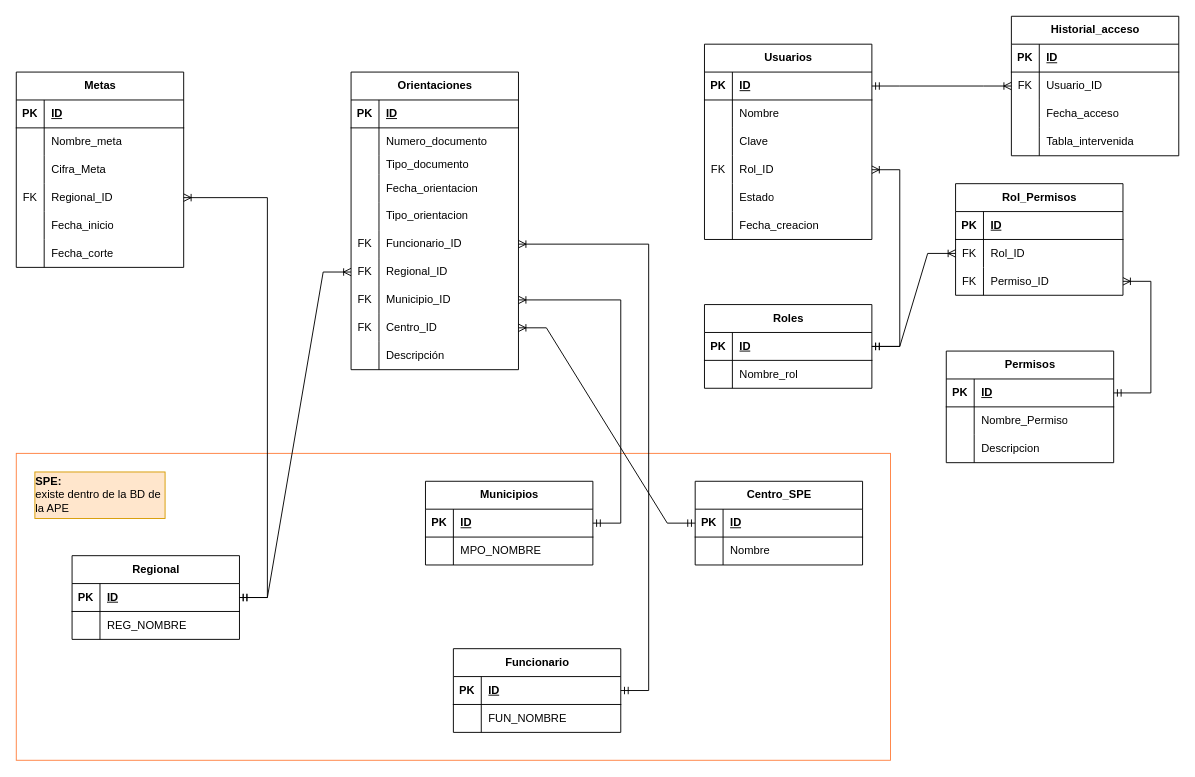
nrb3098/ProyectoVictimasAPE keeps this draw.io diagram as Diagrama sin título.drawio. Above is the earlier version. Source tidied: cells renumbered, new cells numbered last; positions are measured from the earlier drawing's top-left corner, leaving out a move shared by most shapes. Both pictures are drawn from the tidied source at 93%, with x=0, y=0 at pixel (16, 16).
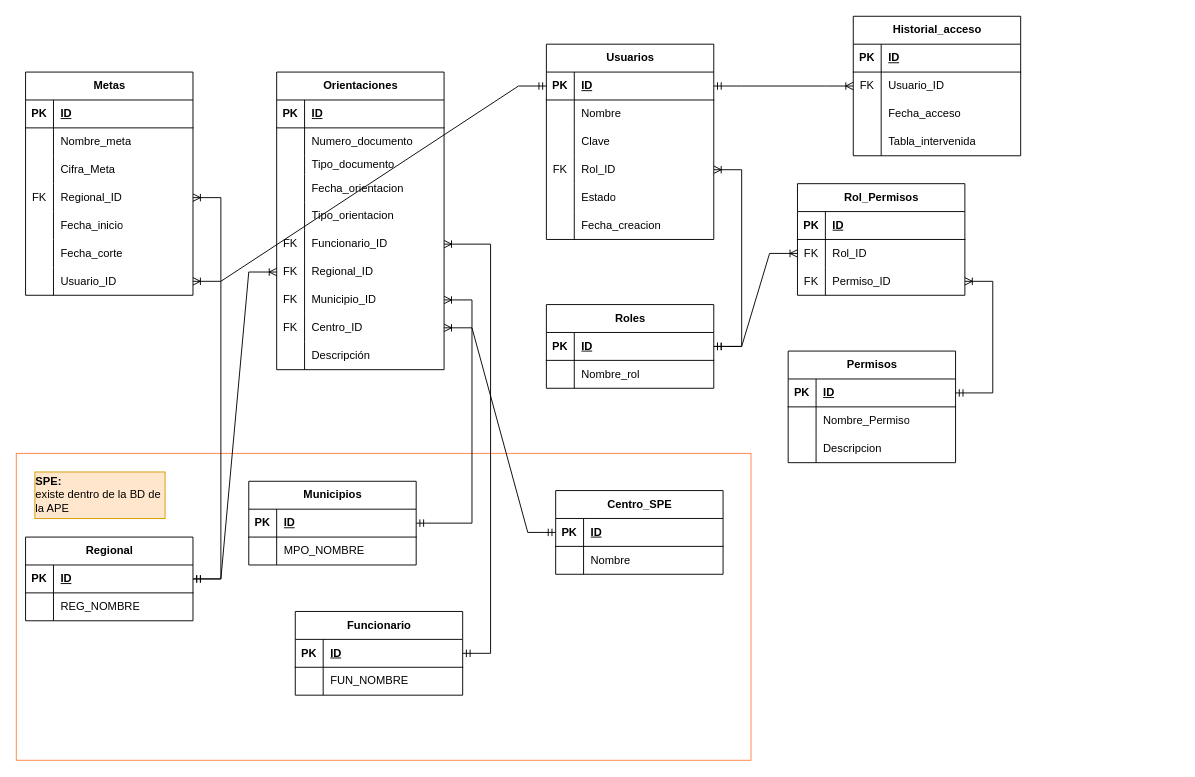
The same page after the edit.

The change refers to these unchanged cells:
```xml
<mxCell id="19" style="shape=tableRow;horizontal=0;startSize=0;swimlaneHead=0;swimlaneBody=0;fillColor=none;points=[[0,0.5],[1,0.5]];portConstraint=eastwest;top=0;left=0;right=0;bottom=0;" parent="3" vertex="1">
  <mxGeometry y="170" width="180" height="30" as="geometry" />
</mxCell>
<mxCell id="80" style="shape=tableRow;horizontal=0;startSize=0;swimlaneHead=0;swimlaneBody=0;fillColor=none;points=[[0,0.5],[1,0.5]];portConstraint=eastwest;top=0;left=0;right=0;bottom=1;" parent="79" vertex="1">
  <mxGeometry y="30" width="180" height="30" as="geometry" />
</mxCell>
<mxCell id="88" style="shape=tableRow;horizontal=0;startSize=0;swimlaneHead=0;swimlaneBody=0;fillColor=none;points=[[0,0.5],[1,0.5]];portConstraint=eastwest;top=0;left=0;right=0;bottom=1;" parent="87" vertex="1">
  <mxGeometry y="30" width="180" height="30" as="geometry" />
</mxCell>
<mxCell id="97" style="shape=tableRow;horizontal=0;startSize=0;swimlaneHead=0;swimlaneBody=0;fillColor=none;points=[[0,0.5],[1,0.5]];portConstraint=eastwest;top=0;left=0;right=0;bottom=0;" parent="87" vertex="1">
  <mxGeometry y="120" width="180" height="30" as="geometry" />
</mxCell>
<mxCell id="107" style="shape=tableRow;horizontal=0;startSize=0;swimlaneHead=0;swimlaneBody=0;fillColor=none;points=[[0,0.5],[1,0.5]];portConstraint=eastwest;top=0;left=0;right=0;bottom=1;" parent="106" vertex="1">
  <mxGeometry y="30" width="180" height="30" as="geometry" />
</mxCell>
<mxCell id="114" style="shape=tableRow;horizontal=0;startSize=0;swimlaneHead=0;swimlaneBody=0;fillColor=none;points=[[0,0.5],[1,0.5]];portConstraint=eastwest;top=0;left=0;right=0;bottom=1;" parent="113" vertex="1">
  <mxGeometry y="30" width="180" height="30" as="geometry" />
</mxCell>
<mxCell id="127" style="shape=tableRow;horizontal=0;startSize=0;swimlaneHead=0;swimlaneBody=0;fillColor=none;points=[[0,0.5],[1,0.5]];portConstraint=eastwest;top=0;left=0;right=0;bottom=0;" parent="123" vertex="1">
  <mxGeometry y="60" width="180" height="30" as="geometry" />
</mxCell>
<mxCell id="130" style="shape=tableRow;horizontal=0;startSize=0;swimlaneHead=0;swimlaneBody=0;fillColor=none;points=[[0,0.5],[1,0.5]];portConstraint=eastwest;top=0;left=0;right=0;bottom=0;" parent="123" vertex="1">
  <mxGeometry y="90" width="180" height="30" as="geometry" />
</mxCell>
<mxCell id="137" style="shape=tableRow;horizontal=0;startSize=0;swimlaneHead=0;swimlaneBody=0;fillColor=none;points=[[0,0.5],[1,0.5]];portConstraint=eastwest;top=0;left=0;right=0;bottom=0;" parent="133" vertex="1">
  <mxGeometry y="60" width="180" height="30" as="geometry" />
</mxCell>
```

Change to the diagram source:
```diff
@@
     <mxCell id="2" style="rounded=0;whiteSpace=wrap;html=1;fillColor=none;strokeColor=#ff8040;" parent="1" vertex="1">
-      <mxGeometry y="470" width="940" height="330" as="geometry" />
+      <mxGeometry y="470" width="790" height="330" as="geometry" />
     </mxCell>
     <mxCell id="3" value="Orientaciones" style="shape=table;startSize=30;childLayout=tableLayout;rowLines=0;fontStyle=1;align=center;html=1;" parent="1" vertex="1">
-      <mxGeometry x="360" y="60" width="180" height="320" as="geometry" />
+      <mxGeometry x="280" y="60" width="180" height="320" as="geometry" />
     </mxCell>
@@
     <mxCell id="34" value="Metas" style="shape=table;startSize=30;childLayout=tableLayout;rowLines=0;fontStyle=1;align=center;html=1;" parent="1" vertex="1">
-      <mxGeometry y="60" width="180" height="210" as="geometry" />
+      <mxGeometry x="10" y="60" width="180" height="240" as="geometry" />
     </mxCell>
@@
+    <mxCell id="150" style="shape=tableRow;horizontal=0;startSize=0;swimlaneHead=0;swimlaneBody=0;fillColor=none;points=[[0,0.5],[1,0.5]];portConstraint=eastwest;top=0;left=0;right=0;bottom=0;" parent="34" vertex="1">
+      <mxGeometry y="210" width="180" height="30" as="geometry" />
+    </mxCell>
+    <mxCell id="151" style="shape=partialRectangle;fillColor=none;top=0;left=0;bottom=0;right=0;overflow=hidden;whiteSpace=wrap;html=1;" parent="150" vertex="1">
+      <mxGeometry width="30" height="30" as="geometry" />
+    </mxCell>
+    <mxCell id="152" value="Usuario_ID" style="shape=partialRectangle;fillColor=none;top=0;left=0;bottom=0;right=0;align=left;spacingLeft=6;overflow=hidden;whiteSpace=wrap;html=1;" parent="150" vertex="1">
+      <mxGeometry x="30" width="150" height="30" as="geometry" />
+    </mxCell>
     <mxCell id="53" value="Regional" style="shape=table;startSize=30;childLayout=tableLayout;rowLines=0;fontStyle=1;align=center;html=1;" parent="1" vertex="1">
-      <mxGeometry x="60" y="580" width="180" height="90" as="geometry" />
+      <mxGeometry x="10" y="560" width="180" height="90" as="geometry" />
     </mxCell>
@@
-    <mxCell id="60" value="Municipios" style="shape=table;startSize=30;childLayout=tableLayout;rowLines=0;fontStyle=1;align=center;html=1;" parent="1" vertex="1">
-      <mxGeometry x="440" y="500" width="180" height="90" as="geometry" />
-    </mxCell>
-    <mxCell id="61" style="shape=tableRow;horizontal=0;startSize=0;swimlaneHead=0;swimlaneBody=0;fillColor=none;points=[[0,0.5],[1,0.5]];portConstraint=eastwest;top=0;left=0;right=0;bottom=1;" parent="60" vertex="1">
-      <mxGeometry y="30" width="180" height="30" as="geometry" />
-    </mxCell>
-    <mxCell id="62" value="PK" style="shape=partialRectangle;fillColor=none;top=0;left=0;bottom=0;right=0;fontStyle=1;overflow=hidden;whiteSpace=wrap;html=1;" parent="61" vertex="1">
-      <mxGeometry width="30" height="30" as="geometry" />
-    </mxCell>
-    <mxCell id="63" value="ID" style="shape=partialRectangle;fillColor=none;top=0;left=0;bottom=0;right=0;align=left;spacingLeft=6;fontStyle=5;overflow=hidden;whiteSpace=wrap;html=1;" parent="61" vertex="1">
-      <mxGeometry x="30" width="150" height="30" as="geometry" />
-    </mxCell>
-    <mxCell id="64" style="shape=tableRow;horizontal=0;startSize=0;swimlaneHead=0;swimlaneBody=0;fillColor=none;top=0;left=0;right=0;bottom=0;" parent="60" vertex="1">
-      <mxGeometry y="60" width="180" height="30" as="geometry" />
-    </mxCell>
-    <mxCell id="65" style="shape=partialRectangle;fillColor=none;top=0;left=0;bottom=0;right=0;overflow=hidden;whiteSpace=wrap;html=1;" parent="64" vertex="1">
-      <mxGeometry width="30" height="30" as="geometry" />
-    </mxCell>
-    <mxCell id="66" value="MPO_NOMBRE" style="shape=partialRectangle;fillColor=none;top=0;left=0;bottom=0;right=0;align=left;spacingLeft=6;overflow=hidden;whiteSpace=wrap;html=1;" parent="64" vertex="1">
-      <mxGeometry x="30" width="150" height="30" as="geometry" />
-    </mxCell>
     <mxCell id="67" value="Centro_SPE" style="shape=table;startSize=30;childLayout=tableLayout;rowLines=0;fontStyle=1;align=center;html=1;" parent="1" vertex="1">
-      <mxGeometry x="730" y="500" width="180" height="90" as="geometry" />
+      <mxGeometry x="580" y="510" width="180" height="90" as="geometry" />
     </mxCell>
@@
     <mxCell id="79" value="Funcionario" style="shape=table;startSize=30;childLayout=tableLayout;rowLines=0;fontStyle=1;align=center;html=1;" parent="1" vertex="1">
-      <mxGeometry x="470" y="680" width="180" height="90" as="geometry" />
+      <mxGeometry x="300" y="640" width="180" height="90" as="geometry" />
     </mxCell>
@@
     <mxCell id="86" style="edgeStyle=entityRelationEdgeStyle;fontSize=12;html=1;endArrow=ERoneToMany;startArrow=ERmandOne;rounded=0;" parent="1" edge="1" source="80" target="19">
-      <mxGeometry relative="1" as="geometry">
-        <Array as="points">
-          <mxPoint x="435" y="405" />
-          <mxPoint x="515" y="435" />
-        </Array>
-      </mxGeometry>
+      <mxGeometry relative="1" as="geometry" />
     </mxCell>
     <mxCell id="87" value="Usuarios" style="shape=table;startSize=30;childLayout=tableLayout;rowLines=0;fontStyle=1;align=center;html=1;" parent="1" vertex="1">
-      <mxGeometry x="740" y="30" width="180" height="210" as="geometry" />
+      <mxGeometry x="570" y="30" width="180" height="210" as="geometry" />
     </mxCell>
@@
     <mxCell id="106" value="Roles" style="shape=table;startSize=30;childLayout=tableLayout;rowLines=0;fontStyle=1;align=center;html=1;" parent="1" vertex="1">
-      <mxGeometry x="740" y="310" width="180" height="90" as="geometry" />
+      <mxGeometry x="570" y="310" width="180" height="90" as="geometry" />
     </mxCell>
@@
     <mxCell id="113" value="Permisos" style="shape=table;startSize=30;childLayout=tableLayout;rowLines=0;fontStyle=1;align=center;html=1;" parent="1" vertex="1">
-      <mxGeometry x="1000" y="360" width="180" height="120" as="geometry" />
+      <mxGeometry x="830" y="360" width="180" height="120" as="geometry" />
     </mxCell>
@@
     <mxCell id="123" value="Rol_Permisos" style="shape=table;startSize=30;childLayout=tableLayout;rowLines=0;fontStyle=1;align=center;html=1;" parent="1" vertex="1">
-      <mxGeometry x="1010" y="180" width="180" height="120" as="geometry" />
+      <mxGeometry x="840" y="180" width="180" height="120" as="geometry" />
     </mxCell>
@@
     <mxCell id="133" value="Historial_acceso" style="shape=table;startSize=30;childLayout=tableLayout;rowLines=0;fontStyle=1;align=center;html=1;" parent="1" vertex="1">
-      <mxGeometry x="1070" width="180" height="150" as="geometry" />
+      <mxGeometry x="900" width="180" height="150" as="geometry" />
     </mxCell>
@@
     <mxCell id="146" style="edgeStyle=entityRelationEdgeStyle;fontSize=12;html=1;endArrow=ERoneToMany;startArrow=ERmandOne;rounded=0;exitX=1;exitY=0.5;exitDx=0;exitDy=0;" parent="1" edge="1" source="106" target="97">
       <mxGeometry relative="1" as="geometry">
         <Array as="points">
-          <mxPoint x="445" y="415" />
-          <mxPoint x="870" y="270" />
-          <mxPoint x="525" y="445" />
+          <mxPoint x="275" y="415" />
+          <mxPoint x="700" y="270" />
+          <mxPoint x="355" y="445" />
         </Array>
       </mxGeometry>
     </mxCell>
     <mxCell id="147" style="edgeStyle=entityRelationEdgeStyle;fontSize=12;html=1;endArrow=ERoneToMany;startArrow=ERmandOne;rounded=0;exitX=1;exitY=0.5;exitDx=0;exitDy=0;entryX=0;entryY=0.5;entryDx=0;entryDy=0;" parent="1" edge="1" source="107" target="127">
       <mxGeometry relative="1" as="geometry">
         <Array as="points">
-          <mxPoint x="455" y="425" />
-          <mxPoint x="880" y="280" />
-          <mxPoint x="535" y="455" />
+          <mxPoint x="285" y="425" />
+          <mxPoint x="710" y="280" />
+          <mxPoint x="365" y="455" />
         </Array>
       </mxGeometry>
     </mxCell>
     <mxCell id="148" style="edgeStyle=entityRelationEdgeStyle;fontSize=12;html=1;endArrow=ERoneToMany;startArrow=ERmandOne;rounded=0;" parent="1" edge="1" source="114" target="130">
       <mxGeometry relative="1" as="geometry">
         <Array as="points">
-          <mxPoint x="465" y="435" />
-          <mxPoint x="890" y="290" />
-          <mxPoint x="545" y="465" />
+          <mxPoint x="295" y="435" />
+          <mxPoint x="720" y="290" />
+          <mxPoint x="375" y="465" />
         </Array>
       </mxGeometry>
     </mxCell>
     <mxCell id="149" style="edgeStyle=entityRelationEdgeStyle;fontSize=12;html=1;endArrow=ERoneToMany;startArrow=ERmandOne;rounded=0;exitX=1;exitY=0.5;exitDx=0;exitDy=0;" parent="1" edge="1" source="88" target="137">
       <mxGeometry relative="1" as="geometry">
         <Array as="points">
-          <mxPoint x="455" y="425" />
-          <mxPoint x="880" y="280" />
-          <mxPoint x="535" y="455" />
+          <mxPoint x="285" y="425" />
+          <mxPoint x="710" y="280" />
+          <mxPoint x="365" y="455" />
         </Array>
       </mxGeometry>
     </mxCell>
+    <mxCell id="60" value="Municipios" style="shape=table;startSize=30;childLayout=tableLayout;rowLines=0;fontStyle=1;align=center;html=1;" parent="1" vertex="1">
+      <mxGeometry x="250" y="500" width="180" height="90" as="geometry" />
+    </mxCell>
+    <mxCell id="61" style="shape=tableRow;horizontal=0;startSize=0;swimlaneHead=0;swimlaneBody=0;fillColor=none;points=[[0,0.5],[1,0.5]];portConstraint=eastwest;top=0;left=0;right=0;bottom=1;" parent="60" vertex="1">
+      <mxGeometry y="30" width="180" height="30" as="geometry" />
+    </mxCell>
+    <mxCell id="62" value="PK" style="shape=partialRectangle;fillColor=none;top=0;left=0;bottom=0;right=0;fontStyle=1;overflow=hidden;whiteSpace=wrap;html=1;" parent="61" vertex="1">
+      <mxGeometry width="30" height="30" as="geometry" />
+    </mxCell>
+    <mxCell id="63" value="ID" style="shape=partialRectangle;fillColor=none;top=0;left=0;bottom=0;right=0;align=left;spacingLeft=6;fontStyle=5;overflow=hidden;whiteSpace=wrap;html=1;" parent="61" vertex="1">
+      <mxGeometry x="30" width="150" height="30" as="geometry" />
+    </mxCell>
+    <mxCell id="64" style="shape=tableRow;horizontal=0;startSize=0;swimlaneHead=0;swimlaneBody=0;fillColor=none;top=0;left=0;right=0;bottom=0;" parent="60" vertex="1">
+      <mxGeometry y="60" width="180" height="30" as="geometry" />
+    </mxCell>
+    <mxCell id="65" style="shape=partialRectangle;fillColor=none;top=0;left=0;bottom=0;right=0;overflow=hidden;whiteSpace=wrap;html=1;" parent="64" vertex="1">
+      <mxGeometry width="30" height="30" as="geometry" />
+    </mxCell>
+    <mxCell id="66" value="MPO_NOMBRE" style="shape=partialRectangle;fillColor=none;top=0;left=0;bottom=0;right=0;align=left;spacingLeft=6;overflow=hidden;whiteSpace=wrap;html=1;" parent="64" vertex="1">
+      <mxGeometry x="30" width="150" height="30" as="geometry" />
+    </mxCell>
+    <mxCell id="153" style="edgeStyle=entityRelationEdgeStyle;fontSize=12;html=1;endArrow=ERoneToMany;startArrow=ERmandOne;rounded=0;" parent="1" edge="1" source="88" target="150">
+      <mxGeometry relative="1" as="geometry">
+        <Array as="points">
+          <mxPoint x="295" y="435" />
+          <mxPoint x="210" y="30" />
+          <mxPoint x="720" y="290" />
+          <mxPoint x="375" y="465" />
+        </Array>
+      </mxGeometry>
+    </mxCell>
```
